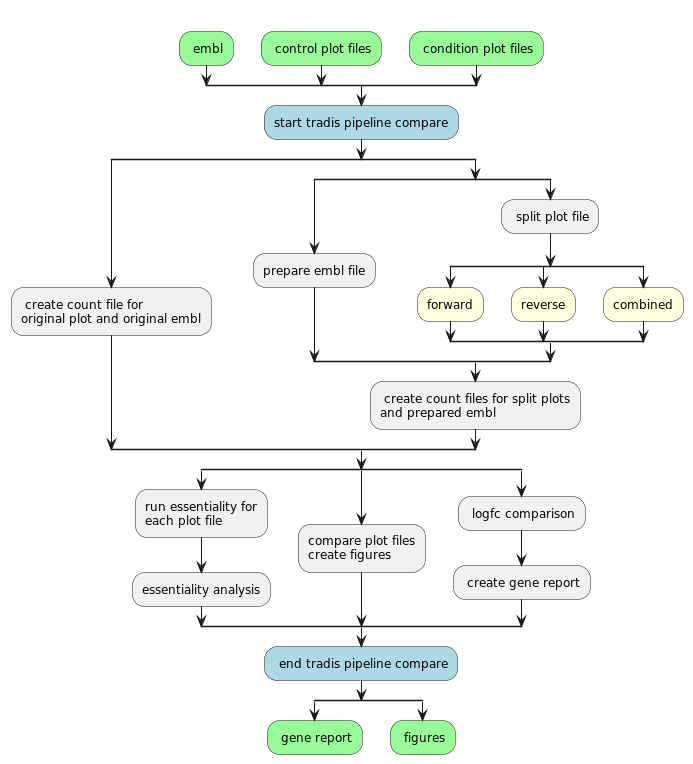
This is docs/pipeline_combine.png from quadram-institute-bioscience/QuaTradis, a PlantUML export, as it was before one commit.
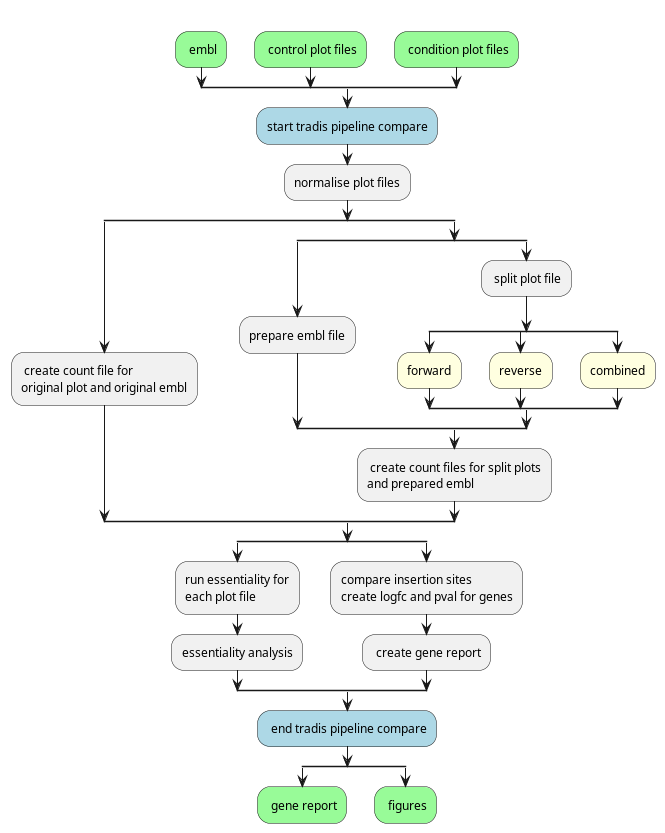
The same diagram one commit later.

Change to the diagram source:
```diff
@@ -12,7 +12,7 @@
 end split
 
 #lightblue:start tradis pipeline compare;
-
+:normalise plot files;
 split
 : create count file for
 original plot and original embl;
@@ -37,10 +37,8 @@
 each plot file;
 :essentiality analysis;
 split again
-:compare plot files
-create figures;
-split again
-: logfc comparison;
+:compare insertion sites
+create logfc and pval for genes;
 : create gene report;
 end split
 
```
